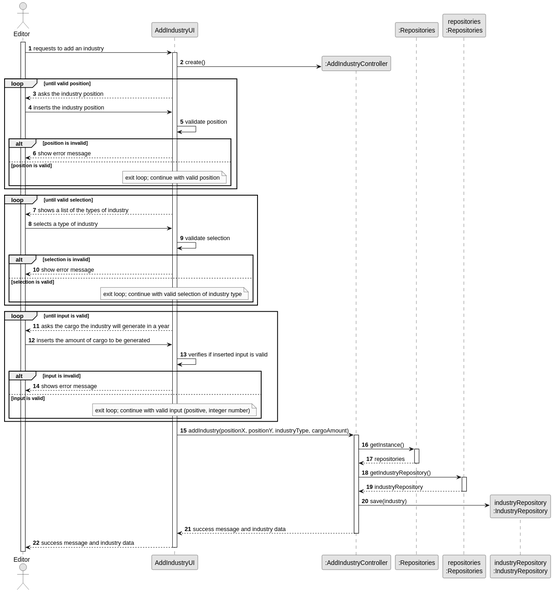
The PlantUML diagram docs/sprint3/us002/03.design/svg/us002-sequence-diagram-full.svg in ivasduarte/all-aboard, before a commit.
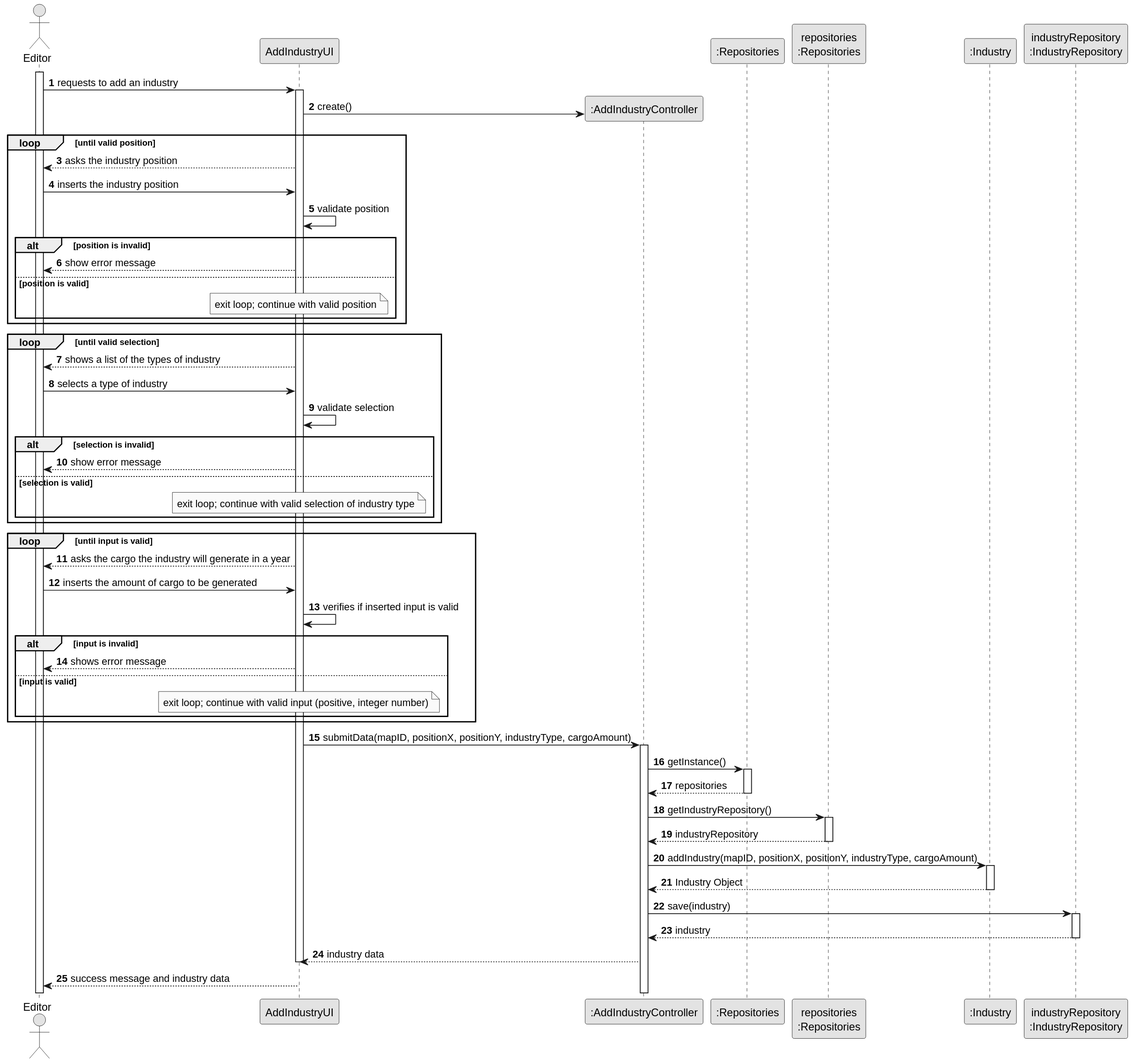
After the commit.

Change to the diagram source:
```diff
@@ -58,11 +58,13 @@
 
 end loop
 
-UI -> indCtrl : addIndustry(positionX, positionY, industryType, cargoAmount)
+UI -> indCtrl : submitData(mapID, positionX, positionY, industryType, cargoAmount)
 activate indCtrl
 
 participant ":Repositories" as REPS
 participant "repositories\n:Repositories" as reps
+participant ":Industry" as ind
+participant "industryRepository\n:IndustryRepository" as indRepo
 
 indCtrl -> REPS : getInstance()
 activate REPS
@@ -76,11 +78,20 @@
 reps --> indCtrl : industryRepository
 deactivate reps
 
-create "industryRepository\n:IndustryRepository" as indRepo
+indCtrl -> ind : addIndustry(mapID, positionX, positionY, industryType, cargoAmount)
+activate ind
+
+ind--> indCtrl : Industry Object
+deactivate ind
+
 indCtrl -> indRepo : save(industry)
+activate indRepo
 
-indCtrl --> UI : success message and industry data
-deactivate indCtrl
+indRepo --> indCtrl : industry
+deactivate indRepo
+
+indCtrl --> UI : industry data
+deactivate UI
 
 UI --> player : success message and industry data
 deactivate UI
```
